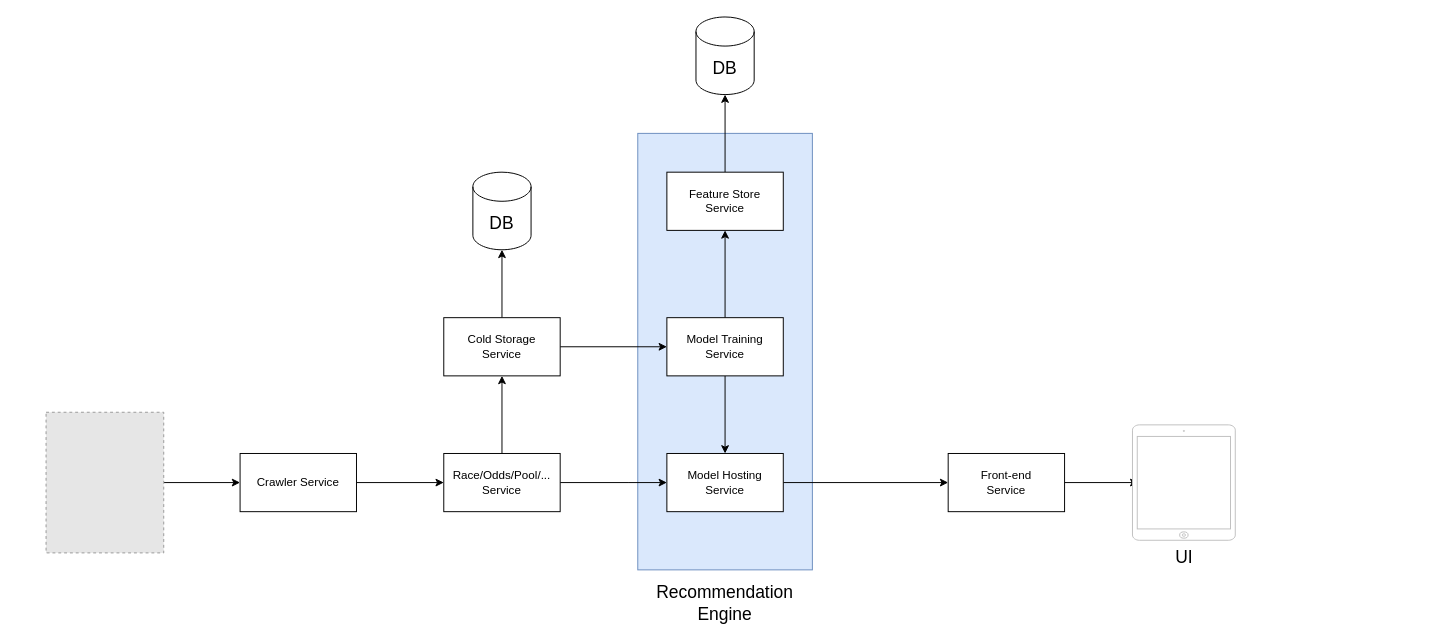
tommy202201/HKJC keeps this draw.io diagram as MLOps Example.drawio. Above is the earlier version. Source tidied: cells renumbered, new cells numbered last; positions are measured from the earlier drawing's top-left corner, leaving out a move shared by most shapes. Both pictures are drawn from the tidied source at 97%, with x=0, y=0 at pixel (46, 16). Pictures stored in the file or linked from it are replaced by grey dashed boxes.
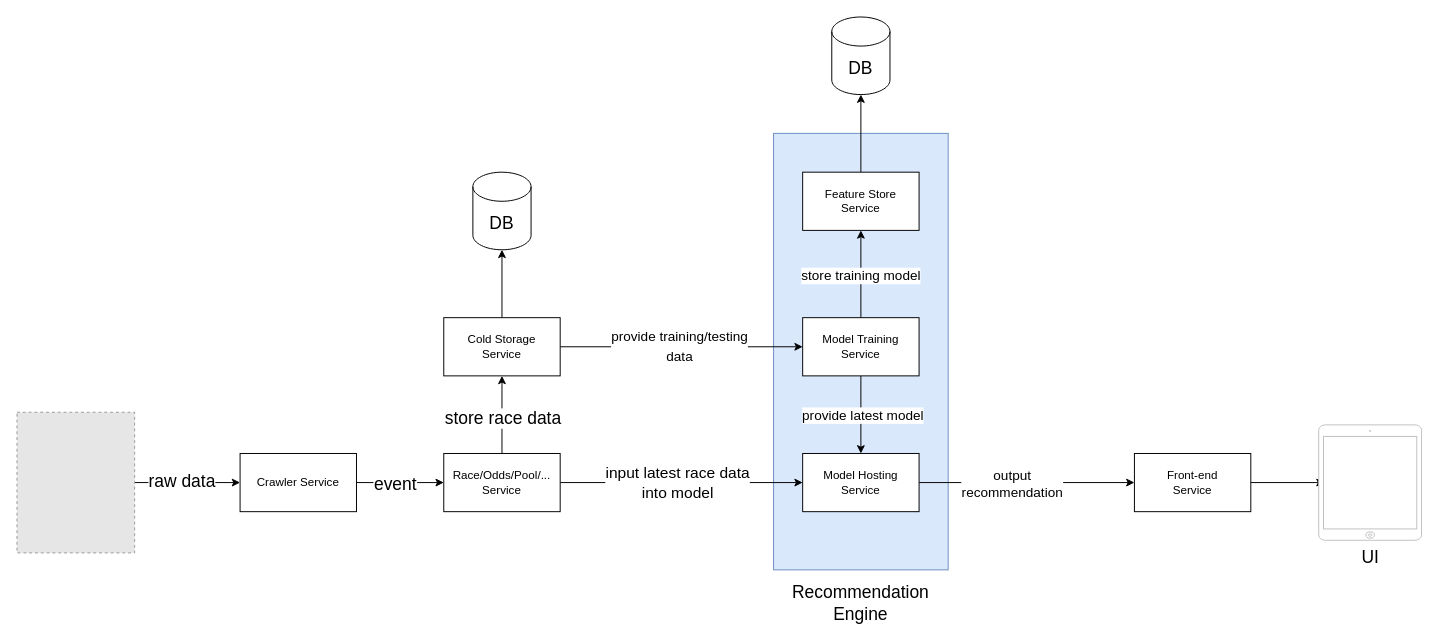
Above is the later version.

The change refers to these unchanged cells:
```xml
<mxCell id="3" style="edgeStyle=orthogonalEdgeStyle;rounded=0;jettySize=auto;html=1;exitX=1;exitY=0.5;exitDx=0;exitDy=0;entryX=0;entryY=0.5;entryDx=0;entryDy=0;" parent="1" edge="1" source="4" target="7">
  <mxGeometry relative="1" as="geometry" />
</mxCell>
<mxCell id="5" style="edgeStyle=orthogonalEdgeStyle;rounded=0;jettySize=auto;html=1;entryX=0;entryY=0.5;entryDx=0;entryDy=0;fontSize=18;" parent="1" edge="1" source="7" target="12">
  <mxGeometry relative="1" as="geometry">
    <Array as="points">
      <mxPoint x="600" y="480" />
      <mxPoint x="600" y="480" />
    </Array>
  </mxGeometry>
</mxCell>
<mxCell id="6" style="edgeStyle=orthogonalEdgeStyle;rounded=0;jettySize=auto;html=1;exitX=0.5;exitY=0;exitDx=0;exitDy=0;entryX=0.5;entryY=1;entryDx=0;entryDy=0;fontSize=18;" parent="1" edge="1" source="7" target="22">
  <mxGeometry relative="1" as="geometry" />
</mxCell>
<mxCell id="8" style="edgeStyle=orthogonalEdgeStyle;rounded=0;jettySize=auto;html=1;entryX=0.5;entryY=0;entryDx=0;entryDy=0;" parent="1" edge="1" source="10" target="12">
  <mxGeometry relative="1" as="geometry" />
</mxCell>
<mxCell id="9" style="edgeStyle=orthogonalEdgeStyle;rounded=0;jettySize=auto;html=1;entryX=0.5;entryY=1;entryDx=0;entryDy=0;" parent="1" edge="1" source="10" target="14">
  <mxGeometry relative="1" as="geometry" />
</mxCell>
<mxCell id="11" style="edgeStyle=orthogonalEdgeStyle;rounded=0;jettySize=auto;html=1;entryX=0;entryY=0.5;entryDx=0;entryDy=0;" parent="1" edge="1" source="12" target="16">
  <mxGeometry relative="1" as="geometry" />
</mxCell>
<mxCell id="17" style="edgeStyle=orthogonalEdgeStyle;rounded=0;jettySize=auto;html=1;exitX=1;exitY=0.5;exitDx=0;exitDy=0;entryX=0;entryY=0.5;entryDx=0;entryDy=0;" parent="1" edge="1" source="18" target="4">
  <mxGeometry relative="1" as="geometry" />
</mxCell>
<mxCell id="20" style="edgeStyle=orthogonalEdgeStyle;rounded=0;jettySize=auto;html=1;exitX=1;exitY=0.5;exitDx=0;exitDy=0;fontSize=18;" parent="1" edge="1" source="22" target="10">
  <mxGeometry relative="1" as="geometry" />
</mxCell>
```

The edit, as a diff of the source:
```diff
@@
     <mxCell id="2" style="rounded=0;whiteSpace=wrap;html=1;fillColor=#dae8fc;strokeColor=#6c8ebf;" parent="1" vertex="1">
-      <mxGeometry x="610" y="120" width="180" height="450" as="geometry" />
+      <mxGeometry x="750" y="120" width="180" height="450" as="geometry" />
     </mxCell>
@@
+    <mxCell id="26" value="event" style="edgeLabel;html=1;align=center;verticalAlign=middle;fontSize=18;" parent="3" vertex="1">
+      <mxGeometry x="-0.13" y="-1" relative="1" as="geometry" />
+    </mxCell>
@@
+    <mxCell id="27" value="&lt;font style=&quot;font-size: 16px;&quot;&gt;input latest race data&lt;br&gt;into model&lt;br&gt;&lt;/font&gt;" style="edgeLabel;html=1;align=center;verticalAlign=middle;" parent="5" vertex="1">
+      <mxGeometry x="-0.05" y="1" relative="1" as="geometry">
+        <mxPoint x="1" as="offset" />
+      </mxGeometry>
+    </mxCell>
@@
+    <mxCell id="28" value="store race data" style="edgeLabel;html=1;align=center;verticalAlign=middle;fontSize=18;" parent="6" vertex="1">
+      <mxGeometry x="-0.07" relative="1" as="geometry" />
+    </mxCell>
@@
+    <mxCell id="29" value="provide latest model" style="edgeLabel;html=1;align=center;verticalAlign=middle;fontSize=14;" parent="8" vertex="1">
+      <mxGeometry x="-0.01" y="1" relative="1" as="geometry" />
+    </mxCell>
@@
+    <mxCell id="30" value="store training model" style="edgeLabel;html=1;align=center;verticalAlign=middle;fontSize=14;" parent="9" vertex="1">
+      <mxGeometry x="-0.02" y="2" relative="1" as="geometry">
+        <mxPoint x="1" as="offset" />
+      </mxGeometry>
+    </mxCell>
     <mxCell id="10" value="Model Training Service" style="rounded=0;whiteSpace=wrap;html=1;" parent="1" vertex="1">
-      <mxGeometry x="640" y="310" width="120" height="60" as="geometry" />
+      <mxGeometry x="780" y="310" width="120" height="60" as="geometry" />
     </mxCell>
@@
+    <mxCell id="31" value="output&lt;br&gt;recommendation" style="edgeLabel;html=1;align=center;verticalAlign=middle;fontSize=14;" parent="11" vertex="1">
+      <mxGeometry x="-0.14" relative="1" as="geometry" />
+    </mxCell>
     <mxCell id="12" value="Model Hosting Service" style="rounded=0;whiteSpace=wrap;html=1;" parent="1" vertex="1">
-      <mxGeometry x="640" y="450" width="120" height="60" as="geometry" />
+      <mxGeometry x="780" y="450" width="120" height="60" as="geometry" />
     </mxCell>
@@
     <mxCell id="14" value="Feature Store &lt;br&gt;Service" style="rounded=0;whiteSpace=wrap;html=1;" parent="1" vertex="1">
-      <mxGeometry x="640" y="160" width="120" height="60" as="geometry" />
+      <mxGeometry x="780" y="160" width="120" height="60" as="geometry" />
     </mxCell>
@@
     <mxCell id="16" value="Front-end&lt;br&gt;Service" style="rounded=0;whiteSpace=wrap;html=1;" parent="1" vertex="1">
-      <mxGeometry x="930" y="450" width="120" height="60" as="geometry" />
+      <mxGeometry x="1122" y="450" width="120" height="60" as="geometry" />
     </mxCell>
@@
+    <mxCell id="32" value="raw data" style="edgeLabel;html=1;align=center;verticalAlign=middle;fontSize=18;" parent="17" vertex="1">
+      <mxGeometry x="-0.12" y="2" relative="1" as="geometry" />
+    </mxCell>
     <mxCell id="18" style="fillColor=#E6E6E6;strokeColor=#999999;dashed=1;verticalLabelPosition=bottom;labelBackgroundColor=default;verticalAlign=top;" parent="1" vertex="1">
-      <mxGeometry y="407.5" width="121.3" height="145" as="geometry" />
+      <mxGeometry x="-30" y="407.5" width="121.3" height="145" as="geometry" />
     </mxCell>
     <mxCell id="19" value="Recommendation Engine" style="text;html=1;strokeColor=none;fillColor=none;align=center;verticalAlign=middle;whiteSpace=wrap;rounded=0;fontSize=18;" parent="1" vertex="1">
-      <mxGeometry x="670" y="590" width="60" height="30" as="geometry" />
+      <mxGeometry x="810" y="590" width="60" height="30" as="geometry" />
     </mxCell>
@@
+    <mxCell id="33" value="&lt;font style=&quot;font-size: 14px;&quot;&gt;provide training/testing&lt;br&gt;data&lt;/font&gt;" style="edgeLabel;html=1;align=center;verticalAlign=middle;fontSize=16;" parent="20" vertex="1">
+      <mxGeometry x="-0.03" y="2" relative="1" as="geometry">
+        <mxPoint x="1" as="offset" />
+      </mxGeometry>
+    </mxCell>
@@
     <mxCell id="24" value="DB" style="shape=cylinder3;whiteSpace=wrap;html=1;boundedLbl=1;backgroundOutline=1;size=15;fontSize=18;" parent="1" vertex="1">
-      <mxGeometry x="670" width="60" height="80" as="geometry" />
+      <mxGeometry x="810" width="60" height="80" as="geometry" />
     </mxCell>
     <mxCell id="25" value="UI" style="html=1;verticalLabelPosition=bottom;labelBackgroundColor=#ffffff;verticalAlign=top;shadow=0;dashed=0;strokeWidth=1;shape=mxgraph.ios7.misc.ipad7inch;strokeColor=#c0c0c0;fontSize=18;" parent="1" vertex="1">
-      <mxGeometry x="1120" y="420.5" width="106" height="119" as="geometry" />
+      <mxGeometry x="1312" y="420.5" width="106" height="119" as="geometry" />
     </mxCell>
```
